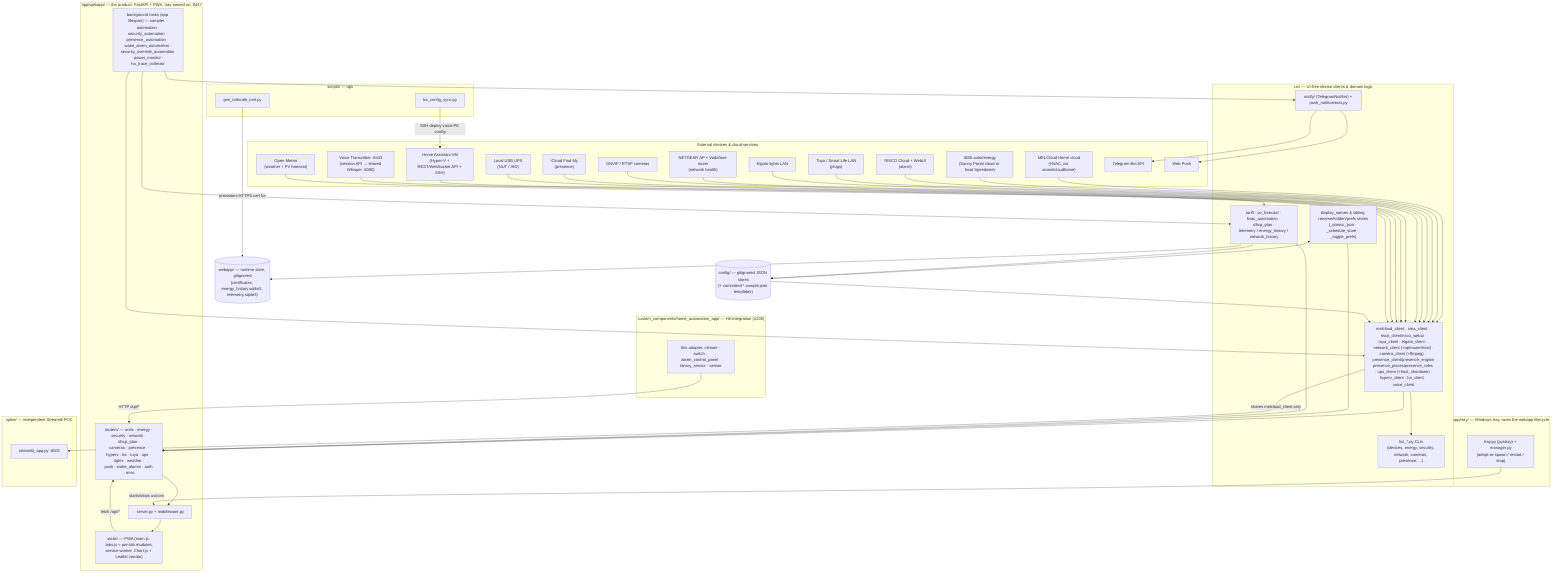
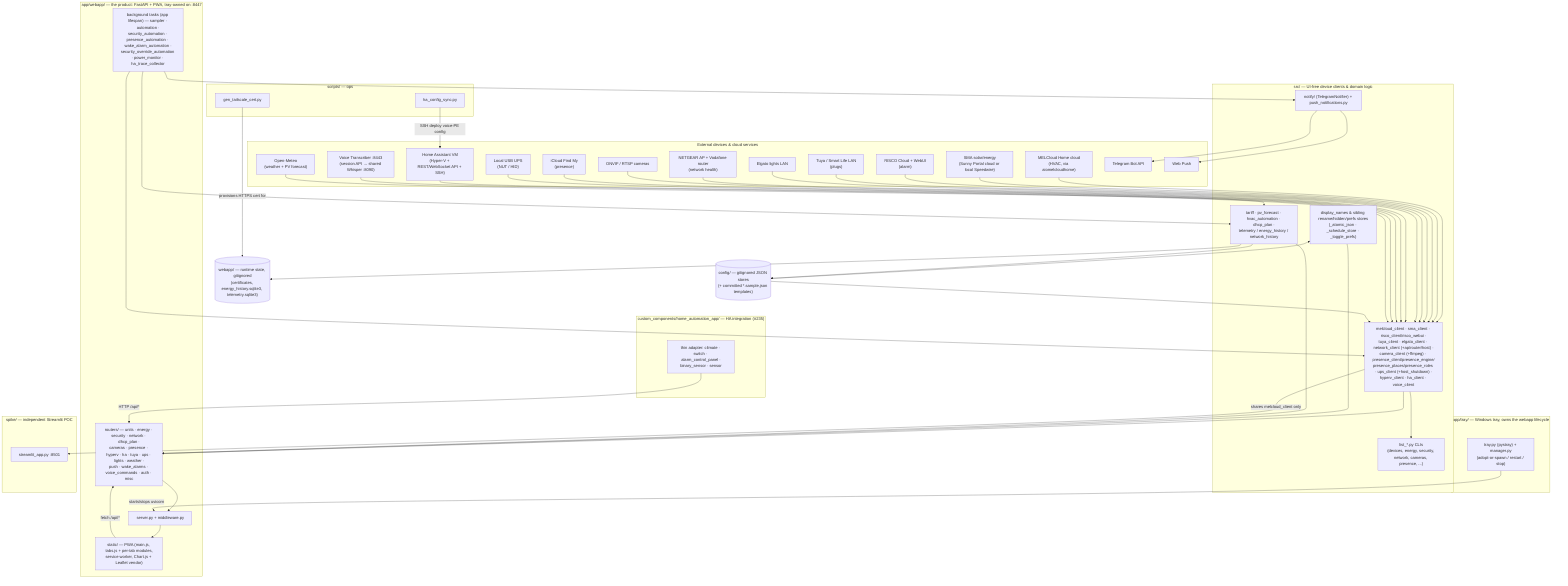
%% docs/architecture.mmd — home-automation's own internal structure.
%% Hand-authored, not generated — a per-repo companion to the fleet-wide
%% convention established in fleet-config#256 (this repo has no mechanically
%% crawled fleet-map equivalent; its internal shape is semantic). Update this
%% diagram in the same PR as any material structural change (a new device
%% integration, a relocated automation task, a moved script) — same
%% anti-staleness contract as this repo's own `.fleet.toml` `description`
%% field. See docs/architecture.md for the exhaustive per-file inventory;
%% this file is the high-level shape + data flow only.

flowchart TB
  subgraph external["External devices & cloud services"]
    MELCLOUD["MELCloud Home cloud\n(HVAC, via aiomelcloudhome)"]
    SMA["SMA solar/energy\n(Sunny Portal cloud or local Speedwire)"]
    RISCO["RISCO Cloud + WebUI\n(alarm)"]
    TUYA["Tuya / Smart Life LAN\n(plugs)"]
    ELGATO["Elgato lights LAN"]
    LAN["NETGEAR AP + Vodafone router\n(network health)"]
    CAMS["ONVIF / RTSP cameras"]
    ICLOUD["iCloud Find My\n(presence)"]
    METEO["Open-Meteo\n(weather + PV forecast)"]
    UPS["Local USB UPS\n(NUT / HID)"]
    HAVM["Home Assistant VM\n(Hyper-V + REST/WebSocket API + SSH)"]
    VOICE["Voice Transcriber :8443\n(session API → shared Whisper :8090)"]
    TELEGRAM["Telegram Bot API"]
    WEBPUSH["Web Push"]
  end

  subgraph core["src/ — UI-free device clients & domain logic"]
    CLIENTS["melcloud_client · sma_client · risco_client/risco_webui ·\ntuya_client · elgato_client · network_client (+ap/router/host) ·\ncamera_client (+ffmpeg) · presence_client/presence_engine/\npresence_places/presence_roles · ups_client (+host_shutdown) ·\nhyperv_client · ha_client · voice_client"]
    DOMAIN["tariff · pv_forecast · hvac_automation · dhcp_plan ·\ntelemetry / energy_history / network_history"]
    STORES["display_names & sibling rename/hidden/prefs stores\n(_atomic_json · _schedule_store · _toggle_prefs)"]
    NOTIFY["notify/ (TelegramNotifier) + push_notifications.py"]
    CLIS["list_*.py CLIs\n(devices, energy, security, network, cameras, presence, ...)"]
  end

  MELCLOUD --> CLIENTS
  SMA --> CLIENTS
  RISCO --> CLIENTS
  TUYA --> CLIENTS
  ELGATO --> CLIENTS
  LAN --> CLIENTS
  CAMS --> CLIENTS
  ICLOUD --> CLIENTS
  METEO --> DOMAIN
  UPS --> CLIENTS
  HAVM --> CLIENTS
  VOICE --> CLIENTS
  NOTIFY --> TELEGRAM
  NOTIFY --> WEBPUSH
  CLIENTS --> CLIS

  CONFIG[("config/ — gitignored JSON stores\n(+ committed *.sample.json templates)")]
  RUNTIME[("webapp/ — runtime state, gitignored\n(certificates, energy_history.sqlite3, telemetry.sqlite3)")]
  CONFIG --> CLIENTS
  STORES <--> CONFIG
  DOMAIN --> CONFIG
  DOMAIN --> RUNTIME

  subgraph webapp["app/webapp/ — the product: FastAPI + PWA, tray-owned on :8447"]
    SERVER["server.py + middleware.py"]
-     ROUTERS["routers/ — units · energy · security · network · dhcp_plan ·\ncameras · presence · hyperv · ha · tuya · ups · lights · weather ·\npush · wake_alarms · auth · misc"]
+     ROUTERS["routers/ — units · energy · security · network · dhcp_plan ·\ncameras · presence · hyperv · ha · tuya · ups · lights · weather ·\npush · wake_alarms · voice_commands · auth · misc"]
    BGTASKS["background tasks (app lifespan) — sampler · automation ·\nsecurity_automation · presence_automation · wake_alarm_automation ·\nsecurity_override_automation · power_monitor · ha_trace_collector"]
    STATIC["static/ — PWA (main.js, tabs.js + per-tab modules,\nservice worker, Chart.js + Leaflet vendor)"]
  end

  CLIENTS --> ROUTERS
  STORES --> ROUTERS
  DOMAIN --> ROUTERS
  ROUTERS --> SERVER
  BGTASKS --> CLIENTS
  BGTASKS --> DOMAIN
  BGTASKS --> NOTIFY
  SERVER --> STATIC
  STATIC -->|fetch /api/*| ROUTERS

  subgraph tray_sub["app/tray/ — Windows tray, owns the webapp lifecycle"]
    TRAY["tray.py (pystray) + manager.py\n(adopt-or-spawn / restart / stop)"]
  end
  TRAY -->|starts/stops uvicorn| SERVER

  subgraph ha["custom_components/home_automation_app/ — HA integration (#235)"]
    HAINT["thin adapter: climate · switch · alarm_control_panel ·\nbinary_sensor · sensor"]
  end
  HAINT -->|HTTP /api/*| ROUTERS

  subgraph ops["scripts/ — ops"]
    CERTGEN["gen_tailscale_cert.py"]
    HASYNC["ha_config_sync.py"]
  end
  CERTGEN -->|provisions HTTPS cert for| RUNTIME
  HASYNC -->|SSH deploy voice-PE config| HAVM

  subgraph spike_sub["spike/ — independent Streamlit POC"]
    STREAMLIT["streamlit_app.py :8501"]
  end
  CLIENTS -->|shares melcloud_client only| STREAMLIT
